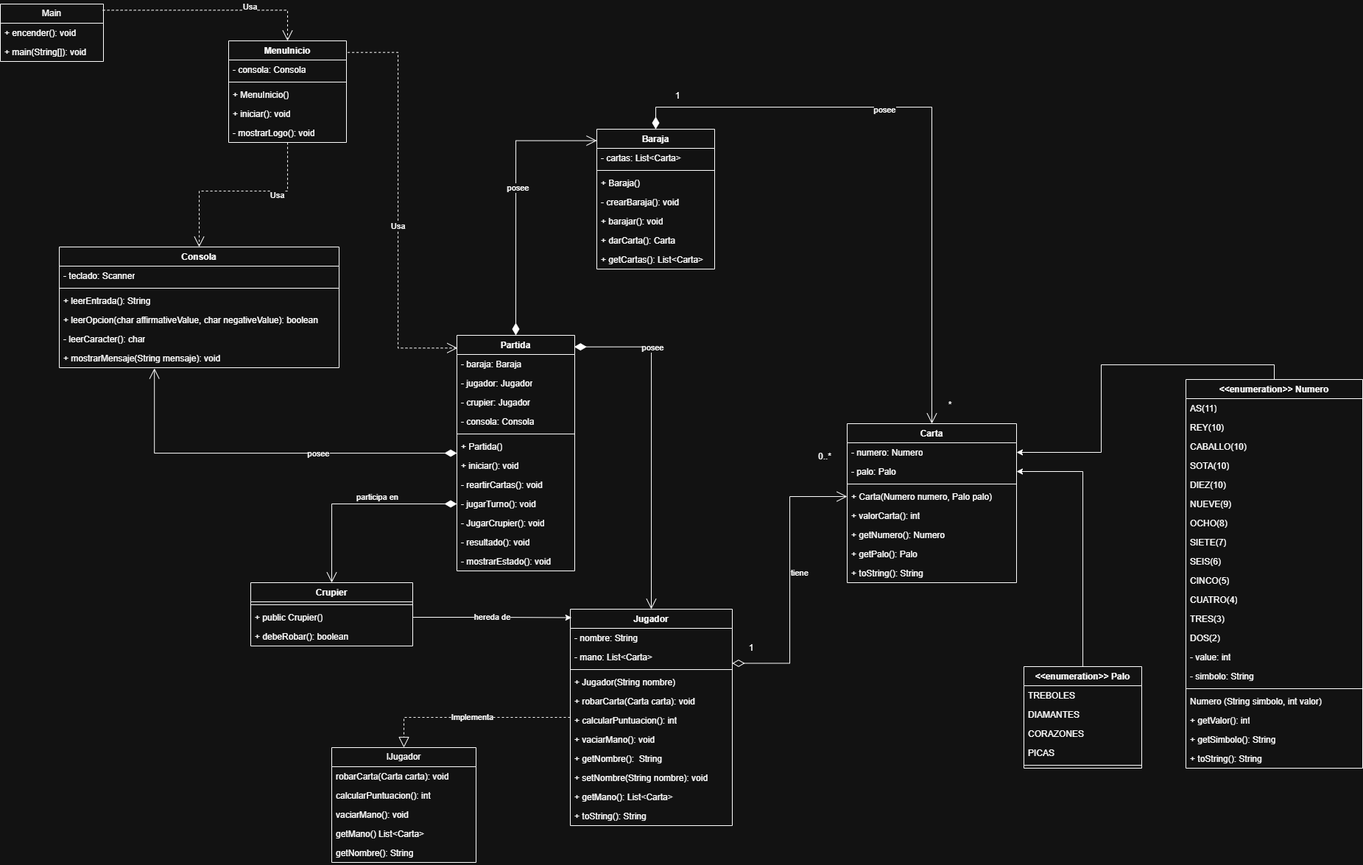
The draw.io diagram diagrama/diagrama.png in jgonbur142/PE_Blackjack_JorgeGonzalez, before a commit. Source tidied: cells renumbered, new cells last; positions are measured from the earlier drawing's top-left corner, leaving out a move shared by most shapes.
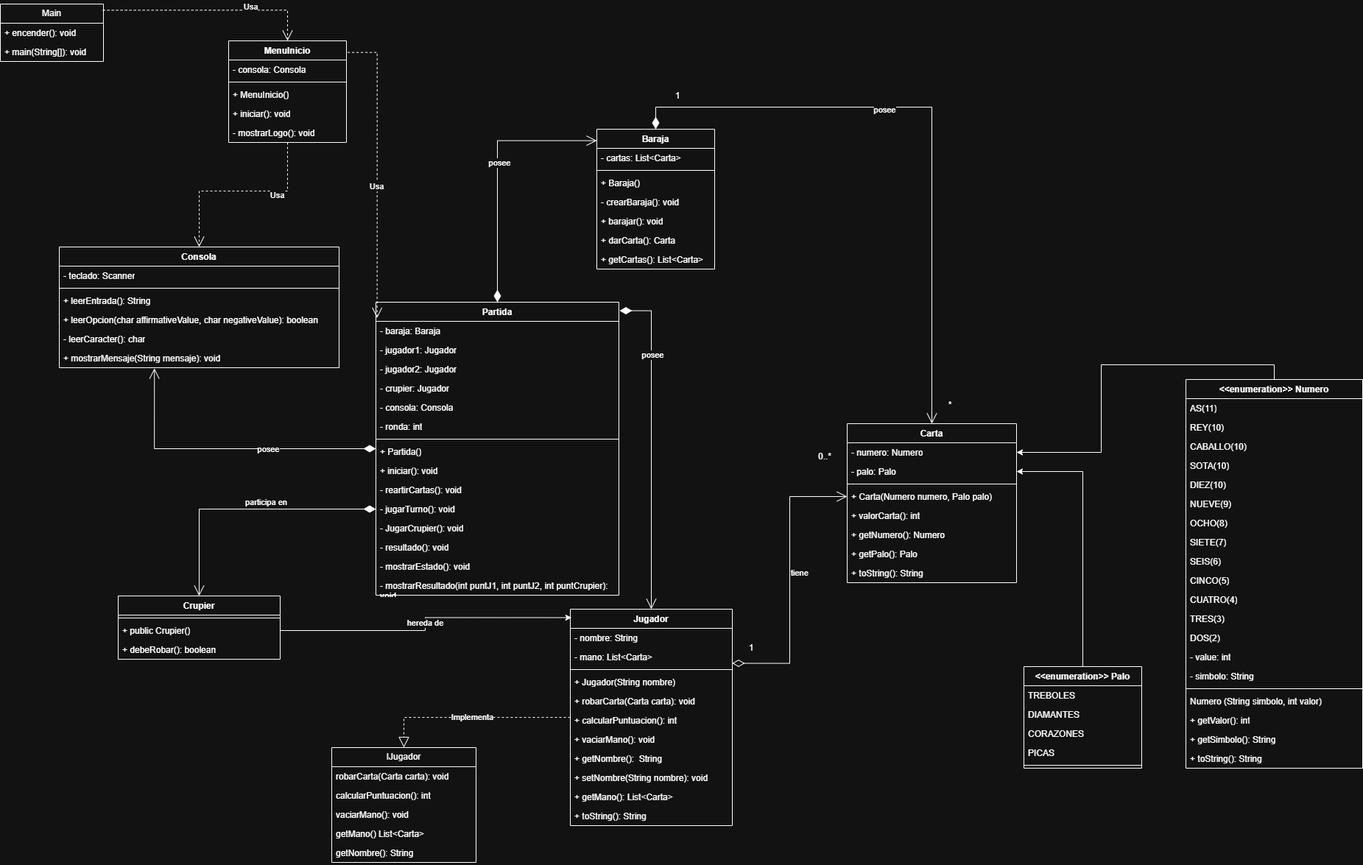
The same file after the commit.

Change to the diagram source:
```diff
@@ -156,45 +156,54 @@
       <mxGeometry x="-0.28" relative="1" as="geometry" />
     </mxCell>
     <mxCell id="53" value="Partida" style="swimlane;fontStyle=1;align=center;verticalAlign=top;horizontal=1;startSize=26;whiteSpace=wrap;html=1;" parent="1" vertex="1">
-      <mxGeometry x="620" y="450" width="160" height="320" as="geometry" />
+      <mxGeometry x="510" y="405" width="330" height="398" as="geometry" />
     </mxCell>
     <mxCell id="54" value="- baraja: Baraja" style="text;strokeColor=none;fillColor=none;align=left;verticalAlign=top;spacingLeft=4;spacingRight=4;overflow=hidden;whiteSpace=wrap;html=1;" parent="53" vertex="1">
-      <mxGeometry y="26" width="160" height="26" as="geometry" />
+      <mxGeometry y="26" width="330" height="26" as="geometry" />
     </mxCell>
-    <mxCell id="55" value="- jugador: Jugador" style="text;strokeColor=none;fillColor=none;align=left;verticalAlign=top;spacingLeft=4;spacingRight=4;overflow=hidden;whiteSpace=wrap;html=1;" parent="53" vertex="1">
-      <mxGeometry y="52" width="160" height="26" as="geometry" />
+    <mxCell id="55" value="- jugador1: Jugador" style="text;strokeColor=none;fillColor=none;align=left;verticalAlign=top;spacingLeft=4;spacingRight=4;overflow=hidden;whiteSpace=wrap;html=1;" parent="53" vertex="1">
+      <mxGeometry y="52" width="330" height="26" as="geometry" />
     </mxCell>
-    <mxCell id="56" value="- crupier: Jugador" style="text;strokeColor=none;fillColor=none;align=left;verticalAlign=top;spacingLeft=4;spacingRight=4;overflow=hidden;whiteSpace=wrap;html=1;" parent="53" vertex="1">
-      <mxGeometry y="78" width="160" height="26" as="geometry" />
+    <mxCell id="56" value="- jugador2: Jugador" style="text;strokeColor=none;fillColor=none;align=left;verticalAlign=top;spacingLeft=4;spacingRight=4;overflow=hidden;whiteSpace=wrap;html=1;" parent="53" vertex="1">
+      <mxGeometry y="78" width="330" height="26" as="geometry" />
     </mxCell>
+    <mxCell id="121" value="- crupier: Jugador" style="text;strokeColor=none;fillColor=none;align=left;verticalAlign=top;spacingLeft=4;spacingRight=4;overflow=hidden;whiteSpace=wrap;html=1;" parent="53" vertex="1">
+      <mxGeometry y="104" width="330" height="26" as="geometry" />
+    </mxCell>
     <mxCell id="57" value="- consola: Consola" style="text;strokeColor=none;fillColor=none;align=left;verticalAlign=top;spacingLeft=4;spacingRight=4;overflow=hidden;whiteSpace=wrap;html=1;" parent="53" vertex="1">
-      <mxGeometry y="104" width="160" height="26" as="geometry" />
+      <mxGeometry y="130" width="330" height="26" as="geometry" />
     </mxCell>
+    <mxCell id="122" value="- ronda: int" style="text;strokeColor=none;fillColor=none;align=left;verticalAlign=top;spacingLeft=4;spacingRight=4;overflow=hidden;whiteSpace=wrap;html=1;" parent="53" vertex="1">
+      <mxGeometry y="156" width="330" height="26" as="geometry" />
+    </mxCell>
     <mxCell id="58" style="line;strokeWidth=1;fillColor=none;align=left;verticalAlign=middle;spacingTop=-1;spacingLeft=3;spacingRight=3;labelPosition=right;strokeColor=inherit;" parent="53" vertex="1">
-      <mxGeometry y="130" width="160" height="8" as="geometry" />
+      <mxGeometry y="182" width="330" height="8" as="geometry" />
     </mxCell>
     <mxCell id="59" value="+ Partida()" style="text;strokeColor=none;fillColor=none;align=left;verticalAlign=top;spacingLeft=4;spacingRight=4;overflow=hidden;whiteSpace=wrap;html=1;" parent="53" vertex="1">
-      <mxGeometry y="138" width="160" height="26" as="geometry" />
+      <mxGeometry y="190" width="330" height="26" as="geometry" />
     </mxCell>
     <mxCell id="60" value="+ iniciar(): void" style="text;strokeColor=none;fillColor=none;align=left;verticalAlign=top;spacingLeft=4;spacingRight=4;overflow=hidden;whiteSpace=wrap;html=1;" parent="53" vertex="1">
-      <mxGeometry y="164" width="160" height="26" as="geometry" />
+      <mxGeometry y="216" width="330" height="26" as="geometry" />
     </mxCell>
     <mxCell id="61" value="- reartirCartas(): void" style="text;strokeColor=none;fillColor=none;align=left;verticalAlign=top;spacingLeft=4;spacingRight=4;overflow=hidden;whiteSpace=wrap;html=1;" parent="53" vertex="1">
-      <mxGeometry y="190" width="160" height="26" as="geometry" />
+      <mxGeometry y="242" width="330" height="26" as="geometry" />
     </mxCell>
     <mxCell id="62" value="- jugarTurno(): void" style="text;strokeColor=none;fillColor=none;align=left;verticalAlign=top;spacingLeft=4;spacingRight=4;overflow=hidden;points=[[0,0.5],[1,0.5]];portConstraint=eastwest;whiteSpace=wrap;html=1;" parent="53" vertex="1">
-      <mxGeometry y="216" width="160" height="26" as="geometry" />
+      <mxGeometry y="268" width="330" height="26" as="geometry" />
     </mxCell>
     <mxCell id="63" value="- JugarCrupier(): void" style="text;strokeColor=none;fillColor=none;align=left;verticalAlign=top;spacingLeft=4;spacingRight=4;overflow=hidden;whiteSpace=wrap;html=1;" parent="53" vertex="1">
-      <mxGeometry y="242" width="160" height="26" as="geometry" />
+      <mxGeometry y="294" width="330" height="26" as="geometry" />
     </mxCell>
     <mxCell id="64" value="- resultado(): void" style="text;strokeColor=none;fillColor=none;align=left;verticalAlign=top;spacingLeft=4;spacingRight=4;overflow=hidden;whiteSpace=wrap;html=1;" parent="53" vertex="1">
-      <mxGeometry y="268" width="160" height="26" as="geometry" />
+      <mxGeometry y="320" width="330" height="26" as="geometry" />
     </mxCell>
     <mxCell id="65" value="- mostrarEstado(): void" style="text;strokeColor=none;fillColor=none;align=left;verticalAlign=top;spacingLeft=4;spacingRight=4;overflow=hidden;whiteSpace=wrap;html=1;" parent="53" vertex="1">
-      <mxGeometry y="294" width="160" height="26" as="geometry" />
+      <mxGeometry y="346" width="330" height="26" as="geometry" />
     </mxCell>
+    <mxCell id="123" value="- mostrarResultado(int puntJ1, int puntJ2, int puntCrupier): void" style="text;strokeColor=none;fillColor=none;align=left;verticalAlign=top;spacingLeft=4;spacingRight=4;overflow=hidden;whiteSpace=wrap;html=1;" parent="53" vertex="1">
+      <mxGeometry y="372" width="330" height="26" as="geometry" />
+    </mxCell>
-    <mxCell id="66" style="edgeStyle=orthogonalEdgeStyle;rounded=0;jettySize=auto;html=1;entryX=0.5;entryY=0;entryDx=0;entryDy=0;endArrow=open;endSize=12;startArrow=diamondThin;startSize=14;startFill=1;align=left;verticalAlign=bottom;exitX=0.996;exitY=0.049;exitDx=0;exitDy=0;exitPerimeter=0;" parent="1" edge="1" source="53" target="39">
+    <mxCell id="66" style="edgeStyle=orthogonalEdgeStyle;rounded=0;jettySize=auto;html=1;entryX=0.5;entryY=0;entryDx=0;entryDy=0;endArrow=open;endSize=12;startArrow=diamondThin;startSize=14;startFill=1;align=left;verticalAlign=bottom;exitX=1.003;exitY=0.029;exitDx=0;exitDy=0;exitPerimeter=0;" parent="1" edge="1" source="53" target="39">
       <mxGeometry relative="1" as="geometry" />
     </mxCell>
     <mxCell id="67" value="posee" style="edgeLabel;html=1;align=center;verticalAlign=middle;" parent="66" vertex="1">
@@ -319,7 +328,7 @@
       <mxGeometry relative="1" as="geometry" />
     </mxCell>
     <mxCell id="106" value="Crupier" style="swimlane;fontStyle=1;align=center;verticalAlign=top;horizontal=1;startSize=26;whiteSpace=wrap;html=1;" parent="1" vertex="1">
-      <mxGeometry x="340" y="786" width="220" height="86" as="geometry" />
+      <mxGeometry x="160" y="804" width="220" height="86" as="geometry" />
     </mxCell>
     <mxCell id="107" style="line;strokeWidth=1;fillColor=none;align=left;verticalAlign=middle;spacingTop=-1;spacingLeft=3;spacingRight=3;labelPosition=right;strokeColor=inherit;" parent="106" vertex="1">
       <mxGeometry y="26" width="220" height="8" as="geometry" />
```
